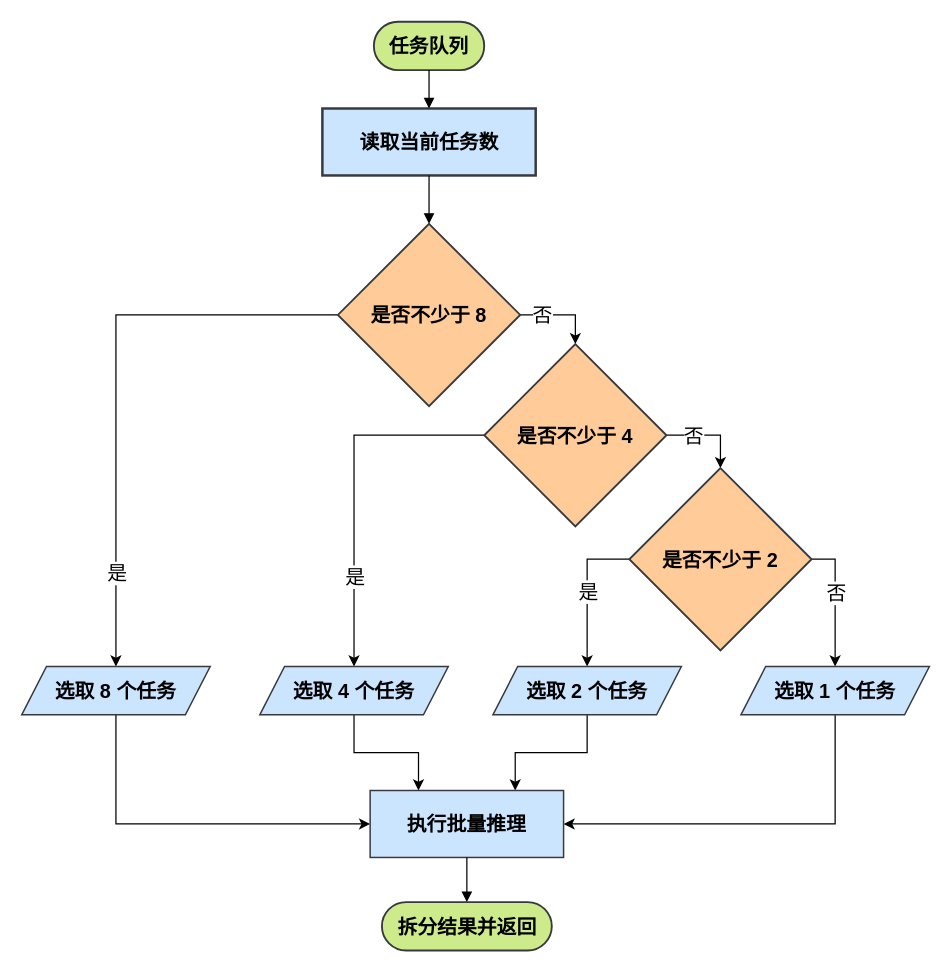
This is 动态批处理.drawio from vldzyzy/special-waffle, a draw.io file, before an edit. Source tidied: cells renumbered, new cells numbered last; positions are measured from the earlier drawing's top-left corner, leaving out a move shared by most shapes. Both pictures are drawn from the tidied source at 124%, with x=0, y=0 at pixel (21, 21).
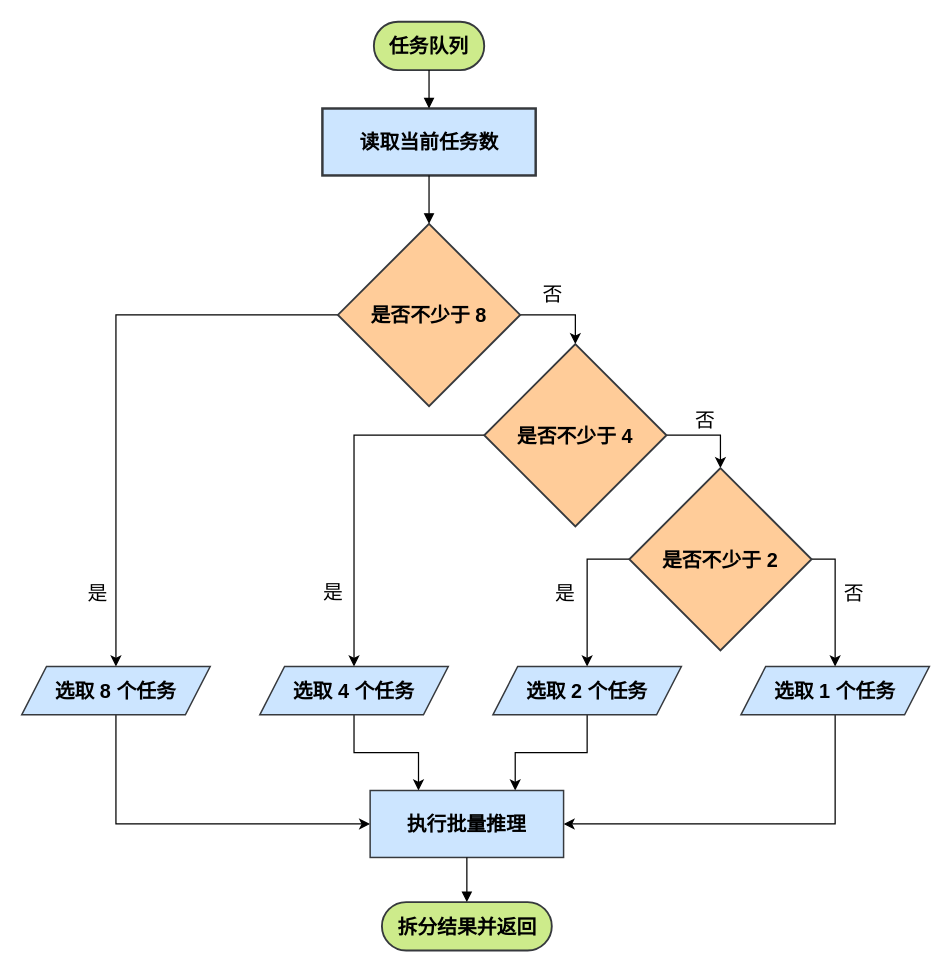
After the change.

Commit message:
更新动态批处理.drawio

Unchanged cells that the change refers to:
```xml
<mxCell id="4" style="edgeStyle=orthogonalEdgeStyle;rounded=0;jettySize=auto;html=1;exitX=0;exitY=0.5;exitDx=0;exitDy=0;entryX=0.5;entryY=0;entryDx=0;entryDy=0;" parent="1" edge="1" source="8" target="10">
  <mxGeometry relative="1" as="geometry" />
</mxCell>
<mxCell id="6" style="edgeStyle=orthogonalEdgeStyle;rounded=0;jettySize=auto;html=1;exitX=1;exitY=0.5;exitDx=0;exitDy=0;entryX=0.5;entryY=0;entryDx=0;entryDy=0;" parent="1" edge="1" source="8" target="15">
  <mxGeometry relative="1" as="geometry" />
</mxCell>
<mxCell id="11" style="edgeStyle=orthogonalEdgeStyle;rounded=0;jettySize=auto;html=1;exitX=0;exitY=0.5;exitDx=0;exitDy=0;" parent="1" edge="1" source="15" target="17">
  <mxGeometry relative="1" as="geometry" />
</mxCell>
<mxCell id="13" style="edgeStyle=orthogonalEdgeStyle;rounded=0;jettySize=auto;html=1;exitX=1;exitY=0.5;exitDx=0;exitDy=0;entryX=0.5;entryY=0;entryDx=0;entryDy=0;" parent="1" edge="1" source="15" target="22">
  <mxGeometry relative="1" as="geometry" />
</mxCell>
<mxCell id="18" style="edgeStyle=orthogonalEdgeStyle;rounded=0;jettySize=auto;html=1;exitX=0;exitY=0.5;exitDx=0;exitDy=0;" parent="1" edge="1" source="22" target="24">
  <mxGeometry relative="1" as="geometry">
    <Array as="points">
      <mxPoint x="456" y="434" />
    </Array>
  </mxGeometry>
</mxCell>
<mxCell id="20" style="edgeStyle=orthogonalEdgeStyle;rounded=0;jettySize=auto;html=1;exitX=1;exitY=0.5;exitDx=0;exitDy=0;entryX=0.5;entryY=0;entryDx=0;entryDy=0;" parent="1" edge="1" source="22" target="26">
  <mxGeometry relative="1" as="geometry">
    <Array as="points">
      <mxPoint x="656" y="434" />
    </Array>
  </mxGeometry>
</mxCell>
```

What changed in the source:
```diff
@@
-    <mxCell id="5" value="是" style="edgeLabel;html=1;align=center;verticalAlign=middle;fontSize=16;" parent="4" vertex="1">
+    <mxCell id="5" value="是" style="edgeLabel;html=1;align=center;verticalAlign=middle;fontSize=16;labelBackgroundColor=none;" parent="4" vertex="1">
       <mxGeometry x="0.66" relative="1" as="geometry">
-        <mxPoint y="3" as="offset" />
+        <mxPoint x="-16" y="19" as="offset" />
       </mxGeometry>
     </mxCell>
@@
-    <mxCell id="7" value="否" style="edgeLabel;html=1;align=center;verticalAlign=middle;fontSize=16;fontStyle=0;" parent="6" vertex="1">
+    <mxCell id="7" value="否" style="edgeLabel;html=1;align=center;verticalAlign=middle;fontSize=16;fontStyle=0;labelBackgroundColor=none;" parent="6" vertex="1">
       <mxGeometry x="-0.31" y="2" relative="1" as="geometry">
-        <mxPoint x="-6" y="2" as="offset" />
+        <mxPoint x="2" y="-15" as="offset" />
       </mxGeometry>
     </mxCell>
@@
-    <mxCell id="12" value="是" style="edgeLabel;html=1;align=center;verticalAlign=middle;fontSize=16;" parent="11" vertex="1">
+    <mxCell id="12" value="是" style="edgeLabel;html=1;align=center;verticalAlign=middle;fontSize=16;labelBackgroundColor=none;" parent="11" vertex="1">
       <mxGeometry x="0.48" y="-1" relative="1" as="geometry">
-        <mxPoint x="1" y="3" as="offset" />
+        <mxPoint x="-17" y="15" as="offset" />
       </mxGeometry>
     </mxCell>
@@
-    <mxCell id="14" value="否" style="edgeLabel;html=1;align=center;verticalAlign=middle;fontSize=16;" parent="13" vertex="1">
-      <mxGeometry x="-0.4" relative="1" as="geometry" />
+    <mxCell id="14" value="否" style="edgeLabel;html=1;align=center;verticalAlign=middle;fontSize=16;labelBackgroundColor=none;" parent="13" vertex="1">
+      <mxGeometry x="-0.4" relative="1" as="geometry">
+        <mxPoint x="9" y="-13" as="offset" />
+      </mxGeometry>
     </mxCell>
@@
-    <mxCell id="19" value="是" style="edgeLabel;html=1;align=center;verticalAlign=middle;fontSize=16;" parent="18" vertex="1">
+    <mxCell id="19" value="是" style="edgeLabel;html=1;align=center;verticalAlign=middle;fontSize=16;labelBackgroundColor=none;" parent="18" vertex="1">
       <mxGeometry x="-0.26" y="2" relative="1" as="geometry">
-        <mxPoint x="-2" y="15" as="offset" />
+        <mxPoint x="-21" y="16" as="offset" />
       </mxGeometry>
     </mxCell>
@@
-    <mxCell id="21" value="否" style="edgeLabel;html=1;align=center;verticalAlign=middle;fontSize=16;" parent="20" vertex="1">
+    <mxCell id="21" value="否" style="edgeLabel;html=1;align=center;verticalAlign=middle;fontSize=16;labelBackgroundColor=none;" parent="20" vertex="1">
       <mxGeometry x="-0.11" relative="1" as="geometry">
-        <mxPoint y="-1" as="offset" />
+        <mxPoint x="14" y="-1" as="offset" />
       </mxGeometry>
     </mxCell>
```
